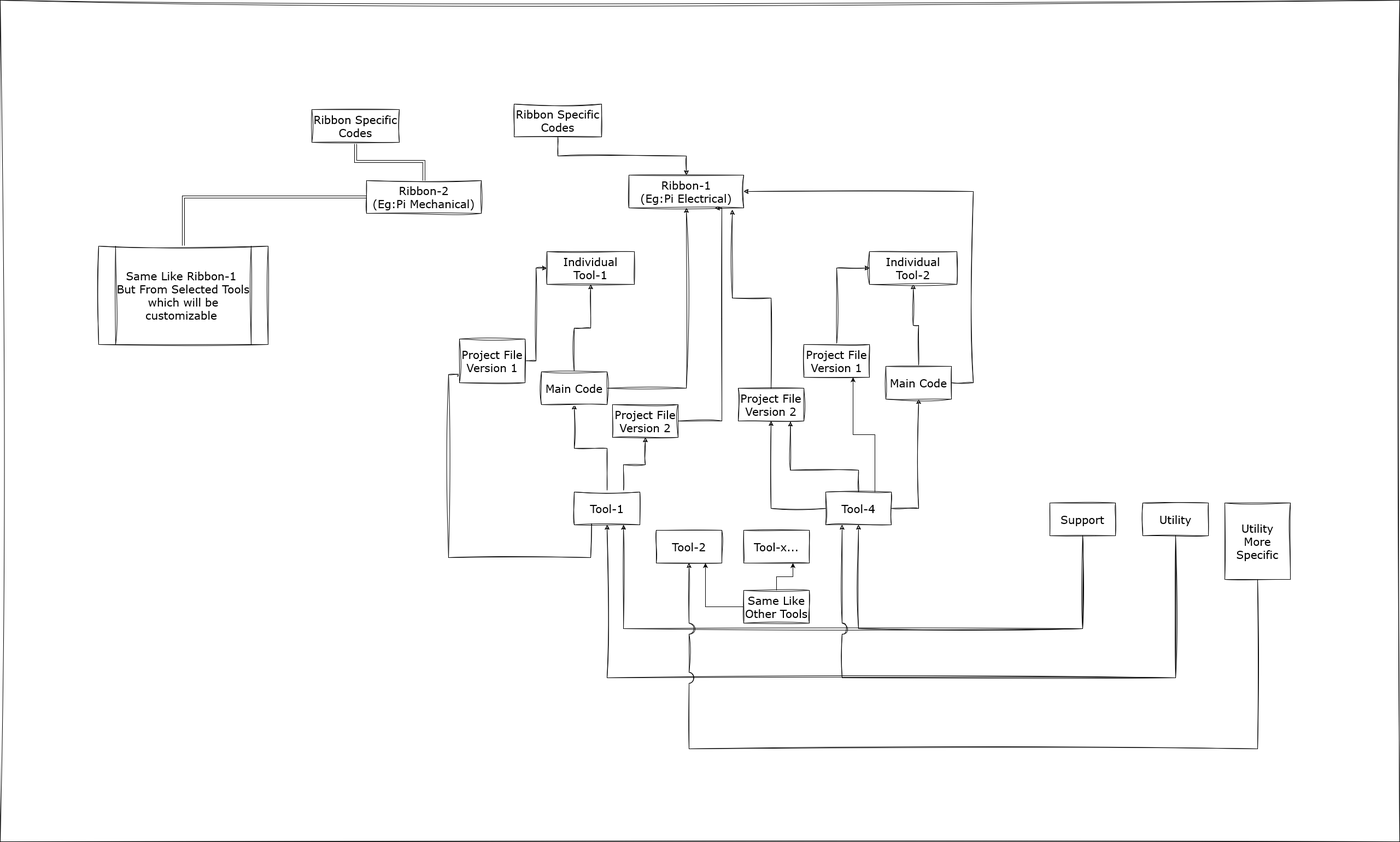
Above: Docs/GitHub Structure Brainstorming.drawio.png in Pinnacle-Sahin/Pinnacle-Sahin (draw.io), before the change. Source tidied: cells renumbered, new cells last; positions are measured from the earlier drawing's top-left corner, leaving out a move shared by most shapes.
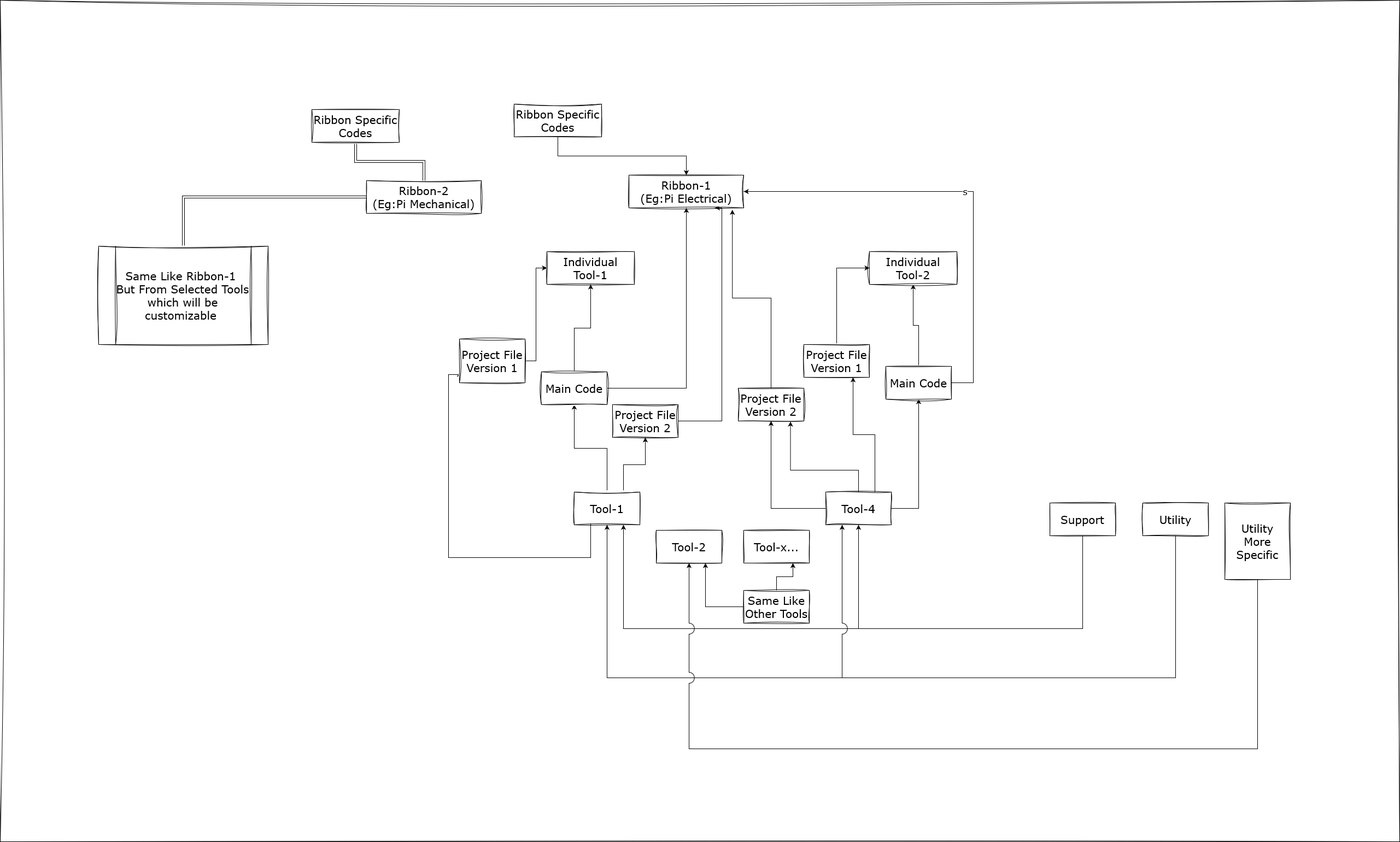
Later version of the same file.

What changed in the source:
```diff
@@ -10,3 +10,3 @@
     </mxCell>
-    <mxCell id="4" style="edgeStyle=orthogonalEdgeStyle;rounded=0;sketch=1;hachureGap=4;jiggle=2;curveFitting=1;jettySize=auto;html=1;entryX=0.5;entryY=1;entryDx=0;entryDy=0;fontFamily=Verdana;fontSize=16;horizontal=1;jumpStyle=arc;jumpSize=20;" parent="1" edge="1" target="21">
+    <mxCell id="4" style="edgeStyle=orthogonalEdgeStyle;rounded=0;hachureGap=4;jettySize=auto;html=1;entryX=0.5;entryY=1;entryDx=0;entryDy=0;fontFamily=Verdana;fontSize=16;horizontal=1;jumpStyle=arc;jumpSize=20;" parent="1" edge="1" target="21">
       <mxGeometry relative="1" as="geometry">
@@ -19,3 +19,3 @@
     </mxCell>
-    <mxCell id="5" style="edgeStyle=orthogonalEdgeStyle;rounded=0;sketch=1;hachureGap=4;jiggle=2;curveFitting=1;jettySize=auto;html=1;exitX=0.5;exitY=0;exitDx=0;exitDy=0;entryX=0;entryY=0.75;entryDx=0;entryDy=0;fontFamily=Verdana;fontSize=16;horizontal=1;jumpStyle=arc;jumpSize=20;" parent="1" edge="1" source="7" target="19">
+    <mxCell id="5" style="edgeStyle=orthogonalEdgeStyle;rounded=0;hachureGap=4;jettySize=auto;html=1;exitX=0.5;exitY=0;exitDx=0;exitDy=0;entryX=0;entryY=0.75;entryDx=0;entryDy=0;fontFamily=Verdana;fontSize=16;horizontal=1;jumpStyle=arc;jumpSize=20;" parent="1" edge="1" source="7" target="19">
       <mxGeometry relative="1" as="geometry">
@@ -29,3 +29,3 @@
     </mxCell>
-    <mxCell id="6" style="edgeStyle=orthogonalEdgeStyle;rounded=0;sketch=1;hachureGap=4;jiggle=2;curveFitting=1;jettySize=auto;html=1;entryX=0.5;entryY=1;entryDx=0;entryDy=0;fontFamily=Verdana;fontSize=16;horizontal=1;jumpStyle=arc;jumpSize=20;" parent="1" edge="1" source="7" target="24">
+    <mxCell id="6" style="edgeStyle=orthogonalEdgeStyle;rounded=0;hachureGap=4;jettySize=auto;html=1;entryX=0.5;entryY=1;entryDx=0;entryDy=0;fontFamily=Verdana;fontSize=16;horizontal=1;jumpStyle=arc;jumpSize=20;" parent="1" edge="1" source="7" target="24">
       <mxGeometry relative="1" as="geometry" />
@@ -38,6 +38,6 @@
     </mxCell>
-    <mxCell id="9" style="edgeStyle=orthogonalEdgeStyle;rounded=0;sketch=1;hachureGap=4;jiggle=2;curveFitting=1;jettySize=auto;html=1;entryX=0.5;entryY=1;entryDx=0;entryDy=0;fontFamily=Verdana;fontSize=16;jumpStyle=arc;jumpSize=20;" parent="1" edge="1" source="13" target="28">
+    <mxCell id="9" style="edgeStyle=orthogonalEdgeStyle;rounded=0;hachureGap=4;jettySize=auto;html=1;entryX=0.5;entryY=1;entryDx=0;entryDy=0;fontFamily=Verdana;fontSize=16;jumpStyle=arc;jumpSize=20;" parent="1" edge="1" source="13" target="28">
       <mxGeometry relative="1" as="geometry" />
     </mxCell>
-    <mxCell id="10" style="edgeStyle=orthogonalEdgeStyle;rounded=0;sketch=1;hachureGap=4;jiggle=2;curveFitting=1;jettySize=auto;html=1;entryX=0.5;entryY=1;entryDx=0;entryDy=0;fontFamily=Verdana;fontSize=16;jumpStyle=arc;jumpSize=20;" parent="1" edge="1" source="13" target="31">
+    <mxCell id="10" style="edgeStyle=orthogonalEdgeStyle;rounded=0;hachureGap=4;jettySize=auto;html=1;entryX=0.5;entryY=1;entryDx=0;entryDy=0;fontFamily=Verdana;fontSize=16;jumpStyle=arc;jumpSize=20;" parent="1" edge="1" source="13" target="31">
       <mxGeometry relative="1" as="geometry">
@@ -48,3 +48,3 @@
     </mxCell>
-    <mxCell id="11" style="edgeStyle=orthogonalEdgeStyle;rounded=0;sketch=1;hachureGap=4;jiggle=2;curveFitting=1;jettySize=auto;html=1;entryX=0.796;entryY=1.017;entryDx=0;entryDy=0;entryPerimeter=0;fontFamily=Verdana;fontSize=16;jumpStyle=arc;jumpSize=20;" parent="1" edge="1" source="13" target="28">
+    <mxCell id="11" style="edgeStyle=orthogonalEdgeStyle;rounded=0;hachureGap=4;jettySize=auto;html=1;entryX=0.796;entryY=1.017;entryDx=0;entryDy=0;entryPerimeter=0;fontFamily=Verdana;fontSize=16;jumpStyle=arc;jumpSize=20;" parent="1" edge="1" source="13" target="28">
       <mxGeometry relative="1" as="geometry">
@@ -56,3 +56,3 @@
     </mxCell>
-    <mxCell id="12" style="edgeStyle=elbowEdgeStyle;rounded=0;sketch=0;hachureGap=4;jiggle=2;curveFitting=1;jumpStyle=arc;jumpSize=20;jettySize=auto;elbow=vertical;html=1;entryX=0.75;entryY=1;entryDx=0;entryDy=0;sketchStyle=rough;strokeColor=default;fontFamily=Verdana;fontSize=16;exitX=0.75;exitY=0;exitDx=0;exitDy=0;" parent="1" edge="1" source="13" target="26">
+    <mxCell id="12" style="edgeStyle=elbowEdgeStyle;rounded=0;hachureGap=4;jumpStyle=arc;jumpSize=20;jettySize=auto;elbow=vertical;html=1;entryX=0.75;entryY=1;entryDx=0;entryDy=0;sketchStyle=rough;strokeColor=default;fontFamily=Verdana;fontSize=16;exitX=0.75;exitY=0;exitDx=0;exitDy=0;" parent="1" edge="1" source="13" target="26">
       <mxGeometry relative="1" as="geometry" />
@@ -62,3 +62,3 @@
     </mxCell>
-    <mxCell id="14" style="edgeStyle=elbowEdgeStyle;rounded=0;sketch=1;hachureGap=4;jiggle=2;curveFitting=1;jettySize=auto;elbow=vertical;html=1;entryX=0.75;entryY=1;entryDx=0;entryDy=0;fontFamily=Verdana;fontSize=16;anchorPointDirection=1;jumpStyle=arc;jumpSize=20;" parent="1" edge="1" source="15" target="7">
+    <mxCell id="14" style="edgeStyle=elbowEdgeStyle;rounded=0;hachureGap=4;jettySize=auto;elbow=vertical;html=1;entryX=0.75;entryY=1;entryDx=0;entryDy=0;fontFamily=Verdana;fontSize=16;anchorPointDirection=1;jumpStyle=arc;jumpSize=20;" parent="1" edge="1" source="15" target="7">
       <mxGeometry relative="1" as="geometry">
@@ -72,3 +72,3 @@
     </mxCell>
-    <mxCell id="16" style="edgeStyle=elbowEdgeStyle;rounded=0;sketch=1;hachureGap=4;jiggle=2;curveFitting=1;jettySize=auto;elbow=vertical;html=1;entryX=0.25;entryY=1;entryDx=0;entryDy=0;sketchStyle=rough;fontFamily=Verdana;fontSize=16;jumpStyle=arc;jumpSize=20;" parent="1" edge="1" source="17" target="13">
+    <mxCell id="16" style="edgeStyle=elbowEdgeStyle;rounded=0;hachureGap=4;jettySize=auto;elbow=vertical;html=1;entryX=0.25;entryY=1;entryDx=0;entryDy=0;sketchStyle=rough;fontFamily=Verdana;fontSize=16;jumpStyle=arc;jumpSize=20;" parent="1" edge="1" source="17" target="13">
       <mxGeometry relative="1" as="geometry">
@@ -82,3 +82,3 @@
     </mxCell>
-    <mxCell id="18" style="edgeStyle=orthogonalEdgeStyle;rounded=0;sketch=1;hachureGap=4;jiggle=2;curveFitting=1;jettySize=auto;html=1;entryX=0;entryY=0.5;entryDx=0;entryDy=0;fontFamily=Verdana;fontSize=16;horizontal=1;jumpStyle=arc;jumpSize=20;" parent="1" edge="1" source="19" target="32">
+    <mxCell id="18" style="edgeStyle=orthogonalEdgeStyle;rounded=0;hachureGap=4;jettySize=auto;html=1;entryX=0;entryY=0.5;entryDx=0;entryDy=0;fontFamily=Verdana;fontSize=16;horizontal=1;jumpStyle=arc;jumpSize=20;" parent="1" edge="1" source="19" target="32">
       <mxGeometry relative="1" as="geometry" />
@@ -88,3 +88,3 @@
     </mxCell>
-    <mxCell id="20" style="edgeStyle=orthogonalEdgeStyle;rounded=0;sketch=1;hachureGap=4;jiggle=2;curveFitting=1;jettySize=auto;html=1;entryX=0.75;entryY=1;entryDx=0;entryDy=0;fontFamily=Verdana;fontSize=16;jumpStyle=arc;jumpSize=20;" parent="1" edge="1" source="21" target="33">
+    <mxCell id="20" style="edgeStyle=orthogonalEdgeStyle;rounded=0;hachureGap=4;jettySize=auto;html=1;entryX=0.75;entryY=1;entryDx=0;entryDy=0;fontFamily=Verdana;fontSize=16;jumpStyle=arc;jumpSize=20;" parent="1" edge="1" source="21" target="33">
       <mxGeometry relative="1" as="geometry">
@@ -98,6 +98,6 @@
     </mxCell>
-    <mxCell id="22" style="edgeStyle=orthogonalEdgeStyle;rounded=0;sketch=1;hachureGap=4;jiggle=2;curveFitting=1;jettySize=auto;html=1;entryX=0.5;entryY=1;entryDx=0;entryDy=0;fontFamily=Verdana;fontSize=16;horizontal=1;jumpStyle=arc;jumpSize=20;" parent="1" edge="1" source="24" target="32">
+    <mxCell id="22" style="edgeStyle=orthogonalEdgeStyle;rounded=0;hachureGap=4;jettySize=auto;html=1;entryX=0.5;entryY=1;entryDx=0;entryDy=0;fontFamily=Verdana;fontSize=16;horizontal=1;jumpStyle=arc;jumpSize=20;" parent="1" edge="1" source="24" target="32">
       <mxGeometry relative="1" as="geometry" />
     </mxCell>
-    <mxCell id="23" style="edgeStyle=orthogonalEdgeStyle;rounded=0;sketch=1;hachureGap=4;jiggle=2;curveFitting=1;jettySize=auto;html=1;fontFamily=Verdana;fontSize=16;jumpStyle=arc;jumpSize=20;" parent="1" edge="1" source="24" target="33">
+    <mxCell id="23" style="edgeStyle=orthogonalEdgeStyle;rounded=0;hachureGap=4;jettySize=auto;html=1;fontFamily=Verdana;fontSize=16;jumpStyle=arc;jumpSize=20;" parent="1" edge="1" source="24" target="33">
       <mxGeometry relative="1" as="geometry" />
@@ -107,3 +107,3 @@
     </mxCell>
-    <mxCell id="25" style="edgeStyle=orthogonalEdgeStyle;rounded=0;sketch=1;hachureGap=4;jiggle=2;curveFitting=1;jettySize=auto;html=1;entryX=0;entryY=0.5;entryDx=0;entryDy=0;fontFamily=Verdana;fontSize=16;jumpStyle=arc;jumpSize=20;" parent="1" edge="1" source="26" target="34">
+    <mxCell id="25" style="edgeStyle=orthogonalEdgeStyle;rounded=0;hachureGap=4;jettySize=auto;html=1;entryX=0;entryY=0.5;entryDx=0;entryDy=0;fontFamily=Verdana;fontSize=16;jumpStyle=arc;jumpSize=20;" parent="1" edge="1" source="26" target="34">
       <mxGeometry relative="1" as="geometry" />
@@ -113,3 +113,3 @@
     </mxCell>
-    <mxCell id="27" style="edgeStyle=orthogonalEdgeStyle;rounded=0;sketch=1;hachureGap=4;jiggle=2;curveFitting=1;jettySize=auto;html=1;entryX=0.901;entryY=1.058;entryDx=0;entryDy=0;entryPerimeter=0;fontFamily=Verdana;fontSize=16;jumpStyle=arc;jumpSize=20;" parent="1" edge="1" source="28" target="33">
+    <mxCell id="27" style="edgeStyle=orthogonalEdgeStyle;rounded=0;hachureGap=4;jettySize=auto;html=1;entryX=0.901;entryY=1.058;entryDx=0;entryDy=0;entryPerimeter=0;fontFamily=Verdana;fontSize=16;jumpStyle=arc;jumpSize=20;" parent="1" edge="1" source="28" target="33">
       <mxGeometry relative="1" as="geometry" />
@@ -119,6 +119,6 @@
     </mxCell>
-    <mxCell id="29" style="edgeStyle=orthogonalEdgeStyle;rounded=0;sketch=1;hachureGap=4;jiggle=2;curveFitting=1;jettySize=auto;html=1;fontFamily=Verdana;fontSize=16;jumpStyle=arc;jumpSize=20;" parent="1" edge="1" source="31" target="34">
+    <mxCell id="29" style="edgeStyle=orthogonalEdgeStyle;rounded=0;hachureGap=4;jettySize=auto;html=1;fontFamily=Verdana;fontSize=16;jumpStyle=arc;jumpSize=20;" parent="1" edge="1" source="31" target="34">
       <mxGeometry relative="1" as="geometry" />
     </mxCell>
-    <mxCell id="30" style="edgeStyle=orthogonalEdgeStyle;rounded=0;sketch=1;hachureGap=4;jiggle=2;curveFitting=1;jettySize=auto;html=1;entryX=1;entryY=0.5;entryDx=0;entryDy=0;fontFamily=Verdana;fontSize=16;jumpStyle=arc;jumpSize=20;" parent="1" edge="1" source="31" target="33">
+    <mxCell id="30" value="s" style="edgeStyle=orthogonalEdgeStyle;rounded=0;hachureGap=4;jettySize=auto;html=1;entryX=1;entryY=0.5;entryDx=0;entryDy=0;fontFamily=Verdana;fontSize=16;jumpStyle=arc;jumpSize=20;sketchStyle=rough;" parent="1" edge="1" source="31" target="33">
       <mxGeometry relative="1" as="geometry">
@@ -142,3 +142,3 @@
     </mxCell>
-    <mxCell id="35" style="edgeStyle=elbowEdgeStyle;rounded=0;sketch=1;hachureGap=4;jiggle=2;curveFitting=1;jettySize=auto;elbow=vertical;html=1;entryX=0.5;entryY=1;entryDx=0;entryDy=0;fontFamily=Verdana;fontSize=16;anchorPointDirection=1;jumpStyle=arc;jumpSize=20;" parent="1" edge="1" source="15" target="13">
+    <mxCell id="35" style="edgeStyle=elbowEdgeStyle;rounded=0;hachureGap=4;jettySize=auto;elbow=vertical;html=1;entryX=0.5;entryY=1;entryDx=0;entryDy=0;fontFamily=Verdana;fontSize=16;anchorPointDirection=1;jumpStyle=arc;jumpSize=20;" parent="1" edge="1" source="15" target="13">
       <mxGeometry relative="1" as="geometry">
@@ -149,3 +149,3 @@
     </mxCell>
-    <mxCell id="36" style="edgeStyle=elbowEdgeStyle;rounded=0;sketch=1;hachureGap=4;jiggle=2;curveFitting=1;jettySize=auto;elbow=vertical;html=1;entryX=0.5;entryY=1;entryDx=0;entryDy=0;sketchStyle=rough;fontFamily=Verdana;fontSize=16;jumpStyle=arc;jumpSize=20;" parent="1" edge="1" source="17" target="7">
+    <mxCell id="36" style="edgeStyle=elbowEdgeStyle;rounded=0;hachureGap=4;jettySize=auto;elbow=vertical;html=1;entryX=0.5;entryY=1;entryDx=0;entryDy=0;sketchStyle=rough;fontFamily=Verdana;fontSize=16;jumpStyle=arc;jumpSize=20;" parent="1" edge="1" source="17" target="7">
       <mxGeometry relative="1" as="geometry">
@@ -156,3 +156,3 @@
     </mxCell>
-    <mxCell id="37" style="edgeStyle=elbowEdgeStyle;rounded=0;sketch=1;hachureGap=4;jiggle=2;curveFitting=1;jettySize=auto;elbow=vertical;html=1;entryX=0.5;entryY=0;entryDx=0;entryDy=0;sketchStyle=rough;fontFamily=Verdana;fontSize=16;jumpStyle=arc;jumpSize=20;" parent="1" edge="1" source="38" target="33">
+    <mxCell id="37" style="edgeStyle=elbowEdgeStyle;rounded=0;hachureGap=4;jettySize=auto;elbow=vertical;html=1;entryX=0.5;entryY=0;entryDx=0;entryDy=0;sketchStyle=rough;fontFamily=Verdana;fontSize=16;jumpStyle=arc;jumpSize=20;" parent="1" edge="1" source="38" target="33">
       <mxGeometry relative="1" as="geometry" />
@@ -162,3 +162,3 @@
     </mxCell>
-    <mxCell id="39" style="edgeStyle=elbowEdgeStyle;rounded=0;sketch=1;hachureGap=4;jiggle=2;curveFitting=1;jettySize=auto;elbow=vertical;html=1;entryX=0.5;entryY=1;entryDx=0;entryDy=0;sketchStyle=rough;fontFamily=Verdana;fontSize=16;strokeColor=default;jumpStyle=arc;jumpSize=20;" parent="1" edge="1" source="40" target="3">
+    <mxCell id="39" style="edgeStyle=elbowEdgeStyle;rounded=0;hachureGap=4;jettySize=auto;elbow=vertical;html=1;entryX=0.5;entryY=1;entryDx=0;entryDy=0;sketchStyle=rough;fontFamily=Verdana;fontSize=16;strokeColor=default;jumpStyle=arc;jumpSize=20;" parent="1" edge="1" source="40" target="3">
       <mxGeometry relative="1" as="geometry">
@@ -172,3 +172,3 @@
     </mxCell>
-    <mxCell id="41" style="edgeStyle=elbowEdgeStyle;rounded=0;sketch=0;hachureGap=4;jiggle=2;curveFitting=1;jumpStyle=arc;jumpSize=20;jettySize=auto;elbow=vertical;html=1;sketchStyle=rough;strokeColor=default;fontFamily=Verdana;fontSize=16;" parent="1" edge="1" source="43" target="3">
+    <mxCell id="41" style="edgeStyle=elbowEdgeStyle;rounded=0;hachureGap=4;jumpStyle=arc;jumpSize=20;jettySize=auto;elbow=vertical;html=1;sketchStyle=rough;strokeColor=default;fontFamily=Verdana;fontSize=16;" parent="1" edge="1" source="43" target="3">
       <mxGeometry relative="1" as="geometry">
@@ -180,3 +180,3 @@
     </mxCell>
-    <mxCell id="42" style="edgeStyle=elbowEdgeStyle;rounded=0;sketch=0;hachureGap=4;jiggle=2;curveFitting=1;jumpStyle=arc;jumpSize=20;jettySize=auto;elbow=vertical;html=1;entryX=0.75;entryY=1;entryDx=0;entryDy=0;sketchStyle=rough;strokeColor=default;fontFamily=Verdana;fontSize=16;" parent="1" edge="1" source="43" target="8">
+    <mxCell id="42" style="edgeStyle=elbowEdgeStyle;rounded=0;hachureGap=4;jumpStyle=arc;jumpSize=20;jettySize=auto;elbow=vertical;html=1;entryX=0.75;entryY=1;entryDx=0;entryDy=0;sketchStyle=rough;strokeColor=default;fontFamily=Verdana;fontSize=16;" parent="1" edge="1" source="43" target="8">
       <mxGeometry relative="1" as="geometry" />
@@ -189,3 +189,3 @@
     </mxCell>
-    <mxCell id="45" style="edgeStyle=elbowEdgeStyle;rounded=0;sketch=0;hachureGap=4;jiggle=2;curveFitting=1;jumpStyle=arc;jumpSize=20;jettySize=auto;elbow=vertical;html=1;entryX=0;entryY=0.5;entryDx=0;entryDy=0;sketchStyle=rough;strokeColor=default;fontFamily=Verdana;fontSize=16;shape=link;" parent="1" edge="1" source="46" target="44">
+    <mxCell id="45" style="edgeStyle=elbowEdgeStyle;rounded=0;hachureGap=4;jumpStyle=arc;jumpSize=20;jettySize=auto;elbow=vertical;html=1;entryX=0;entryY=0.5;entryDx=0;entryDy=0;sketchStyle=rough;strokeColor=default;fontFamily=Verdana;fontSize=16;shape=link;" parent="1" edge="1" source="46" target="44">
       <mxGeometry relative="1" as="geometry">
@@ -199,3 +199,3 @@
     </mxCell>
-    <mxCell id="47" style="edgeStyle=elbowEdgeStyle;shape=link;rounded=0;sketch=0;hachureGap=4;jiggle=2;curveFitting=1;jumpStyle=arc;jumpSize=20;jettySize=auto;elbow=vertical;html=1;entryX=0.5;entryY=0;entryDx=0;entryDy=0;sketchStyle=rough;strokeColor=default;fontFamily=Verdana;fontSize=16;" parent="1" edge="1" source="48" target="44">
+    <mxCell id="47" style="edgeStyle=elbowEdgeStyle;shape=link;rounded=0;hachureGap=4;jumpStyle=arc;jumpSize=20;jettySize=auto;elbow=vertical;html=1;entryX=0.5;entryY=0;entryDx=0;entryDy=0;sketchStyle=rough;strokeColor=default;fontFamily=Verdana;fontSize=16;" parent="1" edge="1" source="48" target="44">
       <mxGeometry relative="1" as="geometry" />
```
